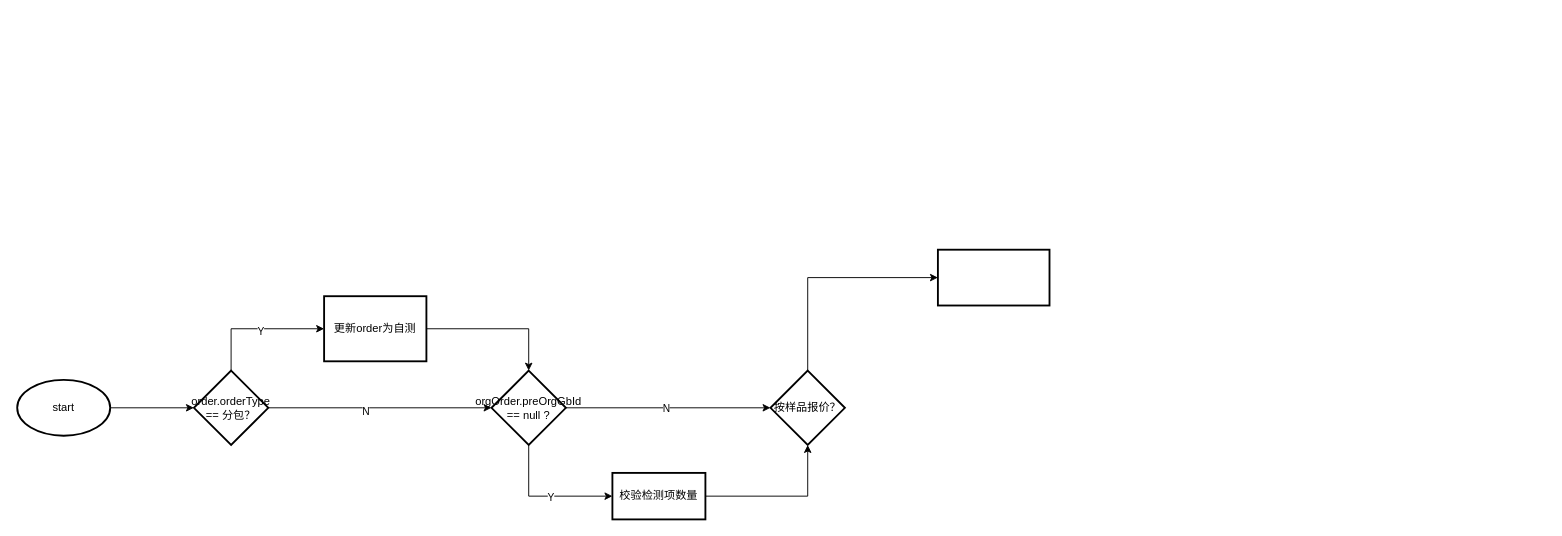
Above: 2024年4月26日-原新建PO流程.drawio in yyzim/my_drawio (draw.io), before the change. Source tidied: cells renumbered, new cells numbered last; positions are measured from the earlier drawing's top-left corner, leaving out a move shared by most shapes. Both pictures are drawn from the tidied source at 93%, with x=0, y=0 at pixel (17, 249).
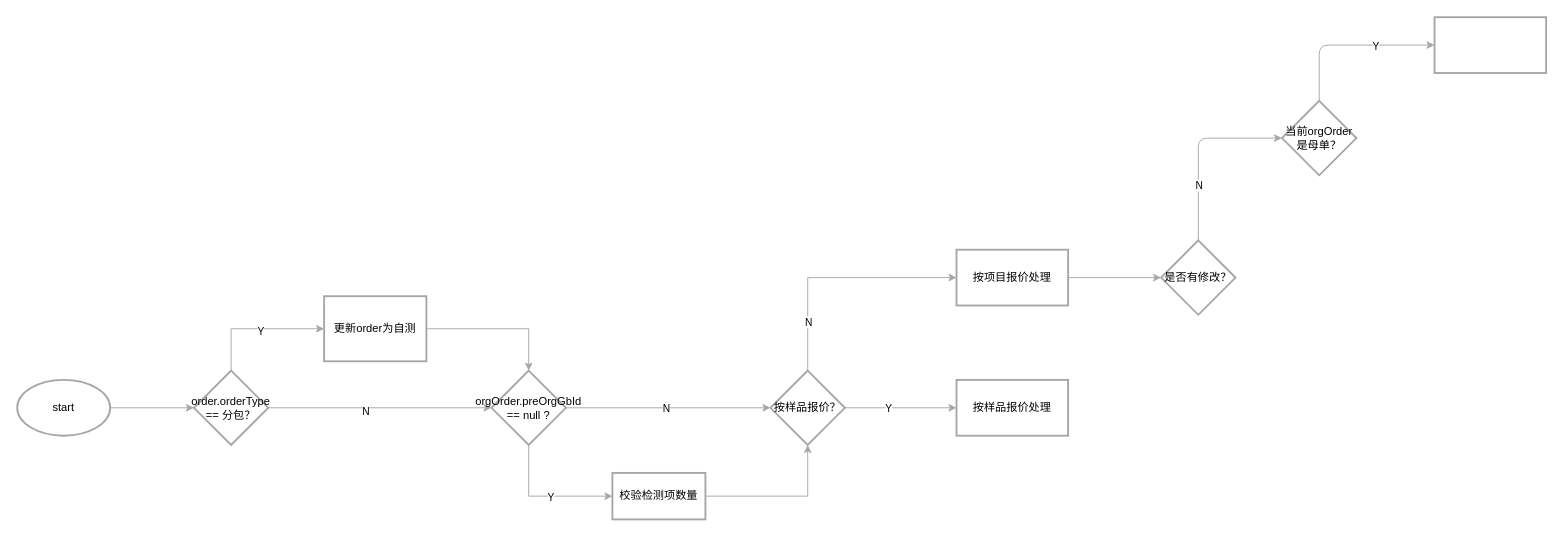
The same page after the edit.

Commit message (it also covers changes not shown here):
更新2024年4月26日-原新建PO流程.drawio

Change to the diagram source:
```diff
@@
-    <mxCell id="2" style="edgeStyle=orthogonalEdgeStyle;rounded=0;jettySize=auto;html=1;" parent="1" edge="1" source="3" target="8">
+    <mxCell id="2" style="edgeStyle=orthogonalEdgeStyle;rounded=0;jettySize=auto;html=1;strokeColor=#A6A6A6;" parent="1" edge="1" source="3" target="8">
       <mxGeometry relative="1" as="geometry" />
     </mxCell>
-    <mxCell id="3" value="start" style="strokeWidth=2;html=1;shape=mxgraph.flowchart.start_1;whiteSpace=wrap;rounded=0;" parent="1" vertex="1">
+    <mxCell id="3" value="start" style="strokeWidth=2;html=1;shape=mxgraph.flowchart.start_1;whiteSpace=wrap;rounded=0;strokeColor=#A6A6A6;" parent="1" vertex="1">
       <mxGeometry y="140" width="100" height="60" as="geometry" />
     </mxCell>
-    <mxCell id="4" style="edgeStyle=orthogonalEdgeStyle;rounded=0;jettySize=auto;html=1;entryX=0;entryY=0.5;entryDx=0;entryDy=0;exitX=0.5;exitY=0;exitDx=0;exitDy=0;" parent="1" edge="1" source="8" target="15">
+    <mxCell id="4" style="edgeStyle=orthogonalEdgeStyle;rounded=0;jettySize=auto;html=1;entryX=0;entryY=0.5;entryDx=0;entryDy=0;exitX=0.5;exitY=0;exitDx=0;exitDy=0;strokeColor=#A6A6A6;" parent="1" edge="1" source="8" target="15">
       <mxGeometry relative="1" as="geometry" />
     </mxCell>
-    <mxCell id="5" value="Y" style="edgeLabel;html=1;align=center;verticalAlign=middle;rounded=0;" parent="4" vertex="1">
+    <mxCell id="5" value="Y" style="edgeLabel;html=1;align=center;verticalAlign=middle;rounded=0;strokeColor=#A6A6A6;" parent="4" vertex="1">
       <mxGeometry x="0.05" y="-2" relative="1" as="geometry" />
     </mxCell>
-    <mxCell id="6" style="edgeStyle=orthogonalEdgeStyle;rounded=0;jettySize=auto;html=1;" parent="1" edge="1" source="8" target="14">
+    <mxCell id="6" style="edgeStyle=orthogonalEdgeStyle;rounded=0;jettySize=auto;html=1;strokeColor=#A6A6A6;" parent="1" edge="1" source="8" target="14">
       <mxGeometry relative="1" as="geometry" />
     </mxCell>
-    <mxCell id="7" value="N" style="edgeLabel;html=1;align=center;verticalAlign=middle;rounded=0;" parent="6" vertex="1">
+    <mxCell id="7" value="N" style="edgeLabel;html=1;align=center;verticalAlign=middle;rounded=0;strokeColor=#A6A6A6;" parent="6" vertex="1">
       <mxGeometry x="-0.13" y="-3" relative="1" as="geometry" />
     </mxCell>
-    <mxCell id="8" value="order.orderType == 分包？" style="rhombus;whiteSpace=wrap;html=1;strokeWidth=2;rounded=0;labelBackgroundColor=none;fontStyle=0;" parent="1" vertex="1">
+    <mxCell id="8" value="order.orderType == 分包？" style="rhombus;whiteSpace=wrap;html=1;strokeWidth=2;rounded=0;labelBackgroundColor=none;fontStyle=0;strokeColor=#A6A6A6;" parent="1" vertex="1">
       <mxGeometry x="190" y="130" width="80" height="80" as="geometry" />
     </mxCell>
-    <mxCell id="9" style="edgeStyle=orthogonalEdgeStyle;rounded=0;jettySize=auto;html=1;entryX=0.5;entryY=0;entryDx=0;entryDy=0;exitX=1;exitY=0.5;exitDx=0;exitDy=0;" parent="1" edge="1" source="15" target="14">
+    <mxCell id="9" style="edgeStyle=orthogonalEdgeStyle;rounded=0;jettySize=auto;html=1;entryX=0.5;entryY=0;entryDx=0;entryDy=0;exitX=1;exitY=0.5;exitDx=0;exitDy=0;strokeColor=#A6A6A6;" parent="1" edge="1" source="15" target="14">
       <mxGeometry relative="1" as="geometry" />
     </mxCell>
-    <mxCell id="10" style="edgeStyle=orthogonalEdgeStyle;jettySize=auto;html=1;entryX=0;entryY=0.5;entryDx=0;entryDy=0;exitX=0.5;exitY=1;exitDx=0;exitDy=0;rounded=0;" parent="1" edge="1" source="14" target="17">
+    <mxCell id="10" style="edgeStyle=orthogonalEdgeStyle;jettySize=auto;html=1;entryX=0;entryY=0.5;entryDx=0;entryDy=0;exitX=0.5;exitY=1;exitDx=0;exitDy=0;rounded=0;strokeColor=#A6A6A6;" parent="1" edge="1" source="14" target="17">
       <mxGeometry relative="1" as="geometry" />
     </mxCell>
-    <mxCell id="11" value="Y" style="edgeLabel;html=1;align=center;verticalAlign=middle;rounded=0;" parent="10" vertex="1">
+    <mxCell id="11" value="Y" style="edgeLabel;html=1;align=center;verticalAlign=middle;rounded=0;strokeColor=#A6A6A6;" parent="10" vertex="1">
       <mxGeometry x="0.07" y="-1" relative="1" as="geometry" />
     </mxCell>
-    <mxCell id="12" style="edgeStyle=orthogonalEdgeStyle;jettySize=auto;html=1;rounded=0;" parent="1" edge="1" source="14" target="19">
+    <mxCell id="12" style="edgeStyle=orthogonalEdgeStyle;jettySize=auto;html=1;rounded=0;strokeColor=#A6A6A6;" parent="1" edge="1" source="14" target="19">
       <mxGeometry relative="1" as="geometry" />
     </mxCell>
-    <mxCell id="13" value="N" style="edgeLabel;html=1;align=center;verticalAlign=middle;rounded=0;" parent="12" vertex="1">
+    <mxCell id="13" value="N" style="edgeLabel;html=1;align=center;verticalAlign=middle;rounded=0;strokeColor=#A6A6A6;" parent="12" vertex="1">
       <mxGeometry x="-0.03" relative="1" as="geometry" />
     </mxCell>
-    <mxCell id="14" value="orgOrder.preOrgGbId == null ?" style="rhombus;whiteSpace=wrap;html=1;strokeWidth=2;rounded=0;" parent="1" vertex="1">
+    <mxCell id="14" value="orgOrder.preOrgGbId == null ?" style="rhombus;whiteSpace=wrap;html=1;strokeWidth=2;rounded=0;strokeColor=#A6A6A6;" parent="1" vertex="1">
       <mxGeometry x="510" y="130" width="80" height="80" as="geometry" />
     </mxCell>
-    <mxCell id="15" value="更新order为自测" style="rounded=0;whiteSpace=wrap;html=1;absoluteArcSize=1;arcSize=14;strokeWidth=2;" parent="1" vertex="1">
+    <mxCell id="15" value="更新order为自测" style="rounded=0;whiteSpace=wrap;html=1;absoluteArcSize=1;arcSize=14;strokeWidth=2;strokeColor=#A6A6A6;" parent="1" vertex="1">
       <mxGeometry x="330" y="50" width="110" height="70" as="geometry" />
     </mxCell>
-    <mxCell id="16" style="edgeStyle=orthogonalEdgeStyle;jettySize=auto;html=1;entryX=0.5;entryY=1;entryDx=0;entryDy=0;rounded=0;curved=0;" parent="1" edge="1" source="17" target="19">
+    <mxCell id="16" style="edgeStyle=orthogonalEdgeStyle;jettySize=auto;html=1;entryX=0.5;entryY=1;entryDx=0;entryDy=0;rounded=0;curved=0;strokeColor=#A6A6A6;" parent="1" edge="1" source="17" target="19">
       <mxGeometry relative="1" as="geometry" />
     </mxCell>
-    <mxCell id="17" value="校验检测项数量" style="rounded=0;whiteSpace=wrap;html=1;absoluteArcSize=1;arcSize=14;strokeWidth=2;" parent="1" vertex="1">
+    <mxCell id="17" value="校验检测项数量" style="rounded=0;whiteSpace=wrap;html=1;absoluteArcSize=1;arcSize=14;strokeWidth=2;strokeColor=#A6A6A6;" parent="1" vertex="1">
       <mxGeometry x="640" y="240" width="100" height="50" as="geometry" />
     </mxCell>
-    <mxCell id="18" style="edgeStyle=orthogonalEdgeStyle;jettySize=auto;html=1;entryX=0;entryY=0.5;entryDx=0;entryDy=0;exitX=0.5;exitY=0;exitDx=0;exitDy=0;rounded=0;curved=0;" parent="1" edge="1" source="19" target="20">
+    <mxCell id="18" style="edgeStyle=orthogonalEdgeStyle;jettySize=auto;html=1;entryX=0;entryY=0.5;entryDx=0;entryDy=0;exitX=0.5;exitY=0;exitDx=0;exitDy=0;rounded=0;curved=0;strokeColor=#A6A6A6;" parent="1" edge="1" source="19" target="20">
       <mxGeometry relative="1" as="geometry" />
     </mxCell>
+    <mxCell id="21" value="N" style="edgeLabel;html=1;align=center;verticalAlign=middle;strokeColor=#A6A6A6;" parent="18" vertex="1">
+      <mxGeometry x="-0.59" relative="1" as="geometry" />
+    </mxCell>
+    <mxCell id="22" style="edgeStyle=orthogonalEdgeStyle;jettySize=auto;html=1;strokeColor=#A6A6A6;" parent="1" edge="1" source="19" target="25">
+      <mxGeometry relative="1" as="geometry" />
+    </mxCell>
+    <mxCell id="23" value="Y" style="edgeLabel;html=1;align=center;verticalAlign=middle;strokeColor=#A6A6A6;" parent="22" vertex="1">
+      <mxGeometry x="-0.23" relative="1" as="geometry" />
+    </mxCell>
-    <mxCell id="19" value="按样品报价？" style="rhombus;whiteSpace=wrap;html=1;strokeWidth=2;rounded=0;" parent="1" vertex="1">
+    <mxCell id="19" value="按样品报价？" style="rhombus;whiteSpace=wrap;html=1;strokeWidth=2;rounded=0;strokeColor=#A6A6A6;" parent="1" vertex="1">
       <mxGeometry x="810" y="130" width="80" height="80" as="geometry" />
     </mxCell>
+    <mxCell id="24" style="edgeStyle=orthogonalEdgeStyle;jettySize=auto;html=1;strokeColor=#A6A6A6;" parent="1" edge="1" source="20" target="28">
+      <mxGeometry relative="1" as="geometry" />
+    </mxCell>
-    <mxCell id="20" style="whiteSpace=wrap;html=1;strokeWidth=2;rounded=0;" parent="1" vertex="1">
-      <mxGeometry x="990" width="120" height="60" as="geometry" />
+    <mxCell id="20" value="按项目报价处理" style="whiteSpace=wrap;html=1;strokeWidth=2;rounded=0;strokeColor=#A6A6A6;" parent="1" vertex="1">
+      <mxGeometry x="1010" width="120" height="60" as="geometry" />
     </mxCell>
+    <mxCell id="25" value="按样品报价处理" style="whiteSpace=wrap;html=1;strokeWidth=2;rounded=0;strokeColor=#A6A6A6;" parent="1" vertex="1">
+      <mxGeometry x="1010" y="140" width="120" height="60" as="geometry" />
+    </mxCell>
+    <mxCell id="26" style="edgeStyle=orthogonalEdgeStyle;jettySize=auto;html=1;entryX=0;entryY=0.5;entryDx=0;entryDy=0;exitX=0.5;exitY=0;exitDx=0;exitDy=0;strokeColor=#A6A6A6;" parent="1" edge="1" source="28" target="31">
+      <mxGeometry relative="1" as="geometry" />
+    </mxCell>
+    <mxCell id="27" value="N" style="edgeLabel;html=1;align=center;verticalAlign=middle;strokeColor=#A6A6A6;" parent="26" vertex="1">
+      <mxGeometry relative="1" as="geometry">
+        <mxPoint y="40" as="offset" />
+      </mxGeometry>
+    </mxCell>
+    <mxCell id="28" value="是否有修改？" style="rhombus;whiteSpace=wrap;html=1;strokeWidth=2;rounded=0;strokeColor=#A6A6A6;" parent="1" vertex="1">
+      <mxGeometry x="1230" y="-10" width="80" height="80" as="geometry" />
+    </mxCell>
+    <mxCell id="29" style="edgeStyle=orthogonalEdgeStyle;jettySize=auto;html=1;entryX=0;entryY=0.5;entryDx=0;entryDy=0;exitX=0.5;exitY=0;exitDx=0;exitDy=0;strokeColor=#A6A6A6;" parent="1" edge="1" source="31" target="32">
+      <mxGeometry relative="1" as="geometry" />
+    </mxCell>
+    <mxCell id="30" value="Y" style="edgeLabel;html=1;align=center;verticalAlign=middle;" parent="29" vertex="1">
+      <mxGeometry x="0.3" y="-1" relative="1" as="geometry" />
+    </mxCell>
+    <mxCell id="31" value="当前orgOrder是母单？" style="rhombus;whiteSpace=wrap;html=1;strokeWidth=2;rounded=0;strokeColor=#A6A6A6;" parent="1" vertex="1">
+      <mxGeometry x="1360" y="-160" width="80" height="80" as="geometry" />
+    </mxCell>
+    <mxCell id="32" style="whiteSpace=wrap;html=1;strokeWidth=2;rounded=0;strokeColor=#A6A6A6;" parent="1" vertex="1">
+      <mxGeometry x="1524" y="-250" width="120" height="60" as="geometry" />
+    </mxCell>
```
